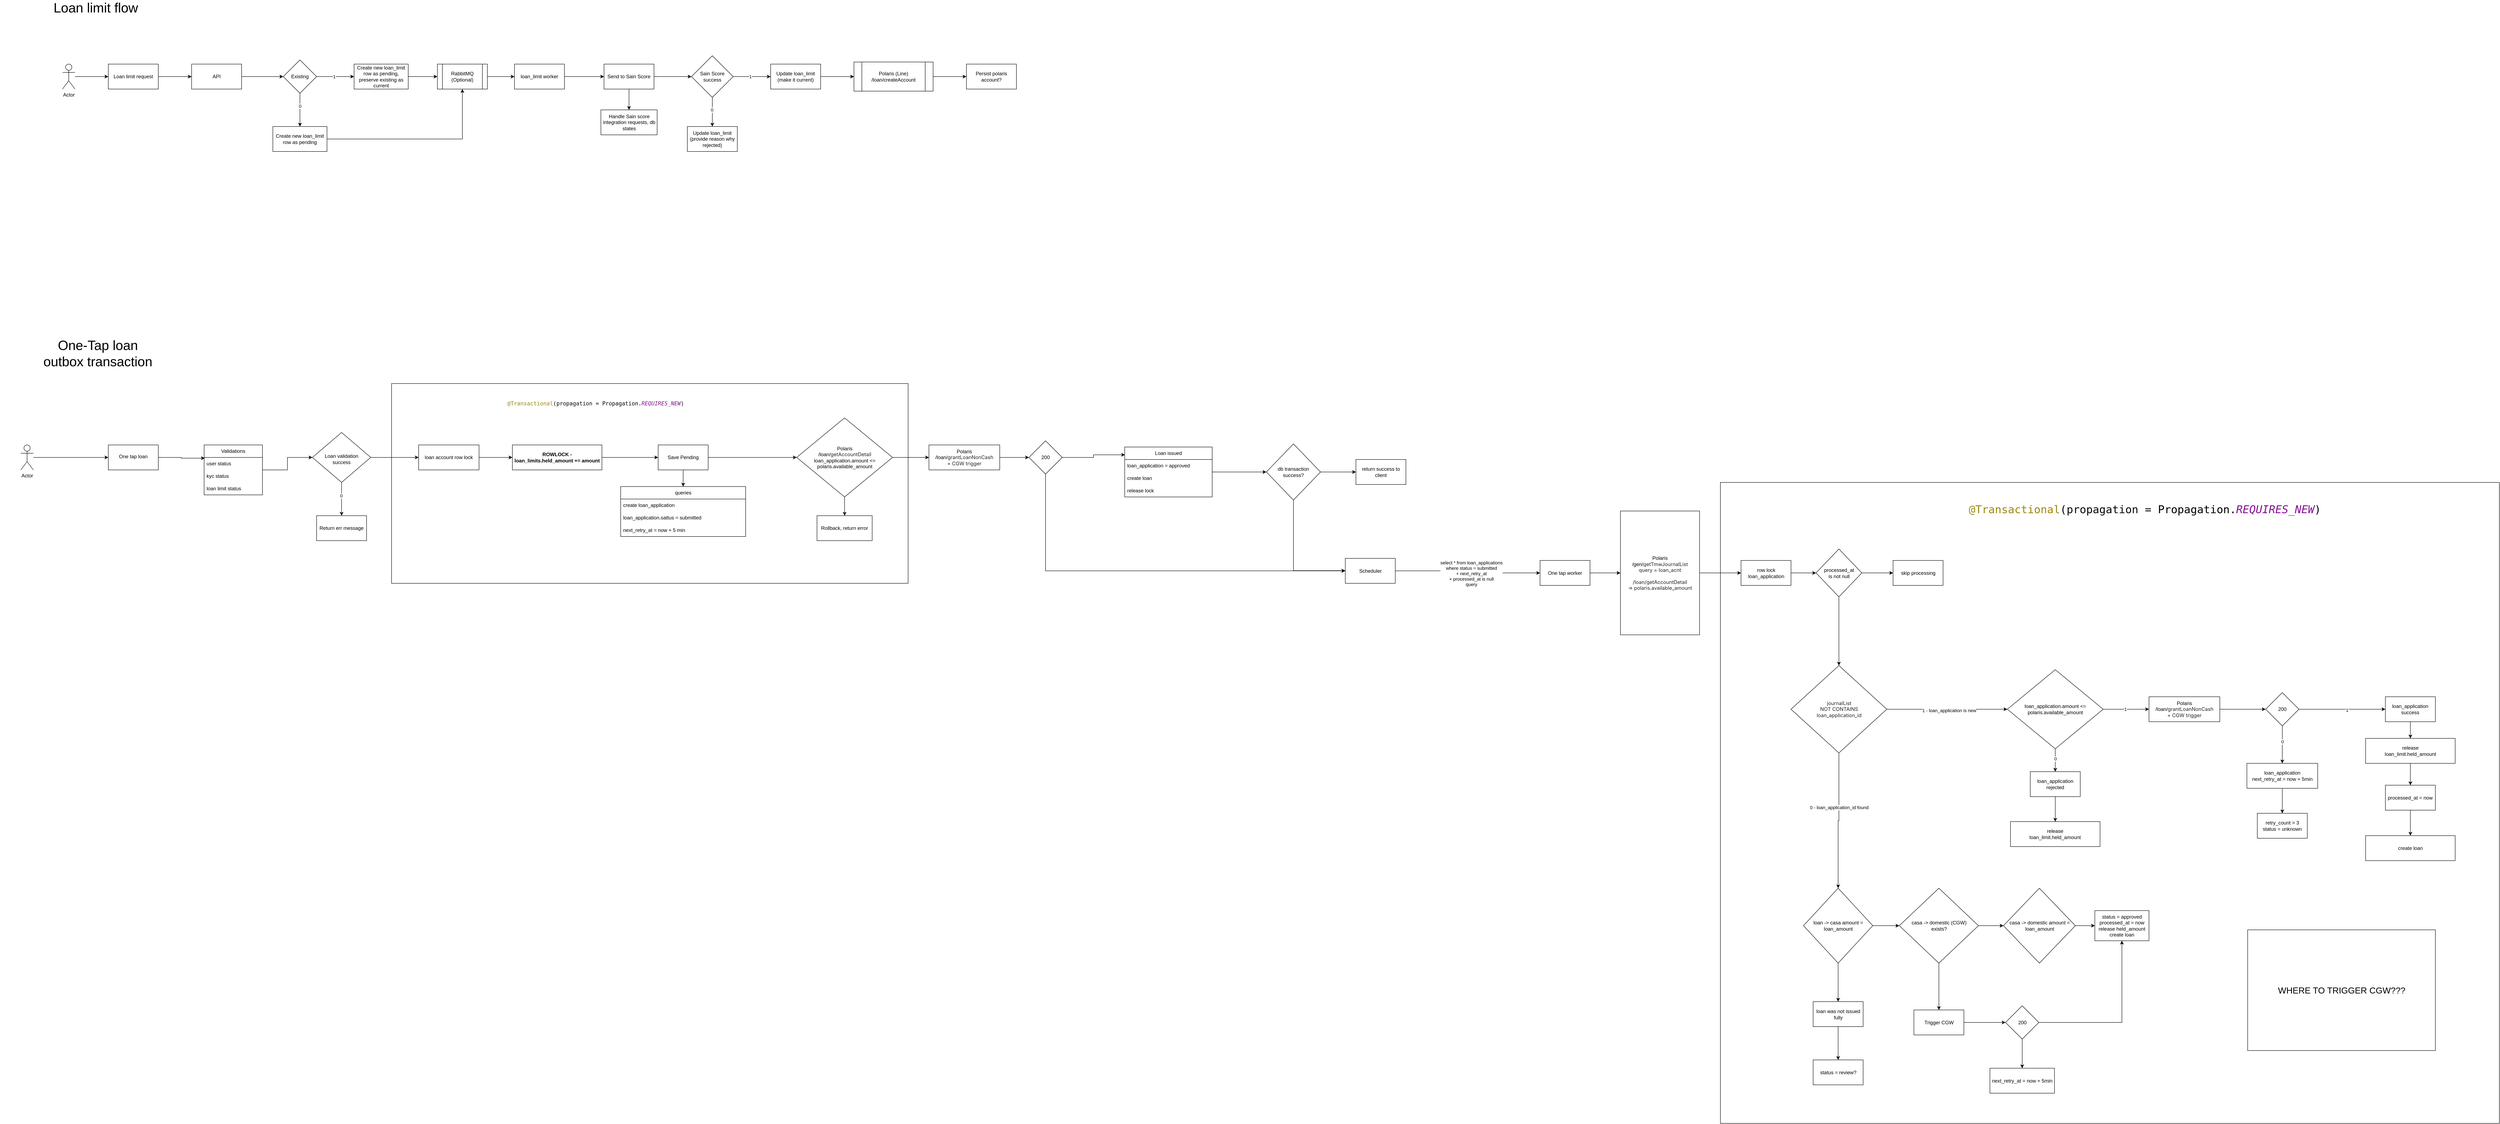
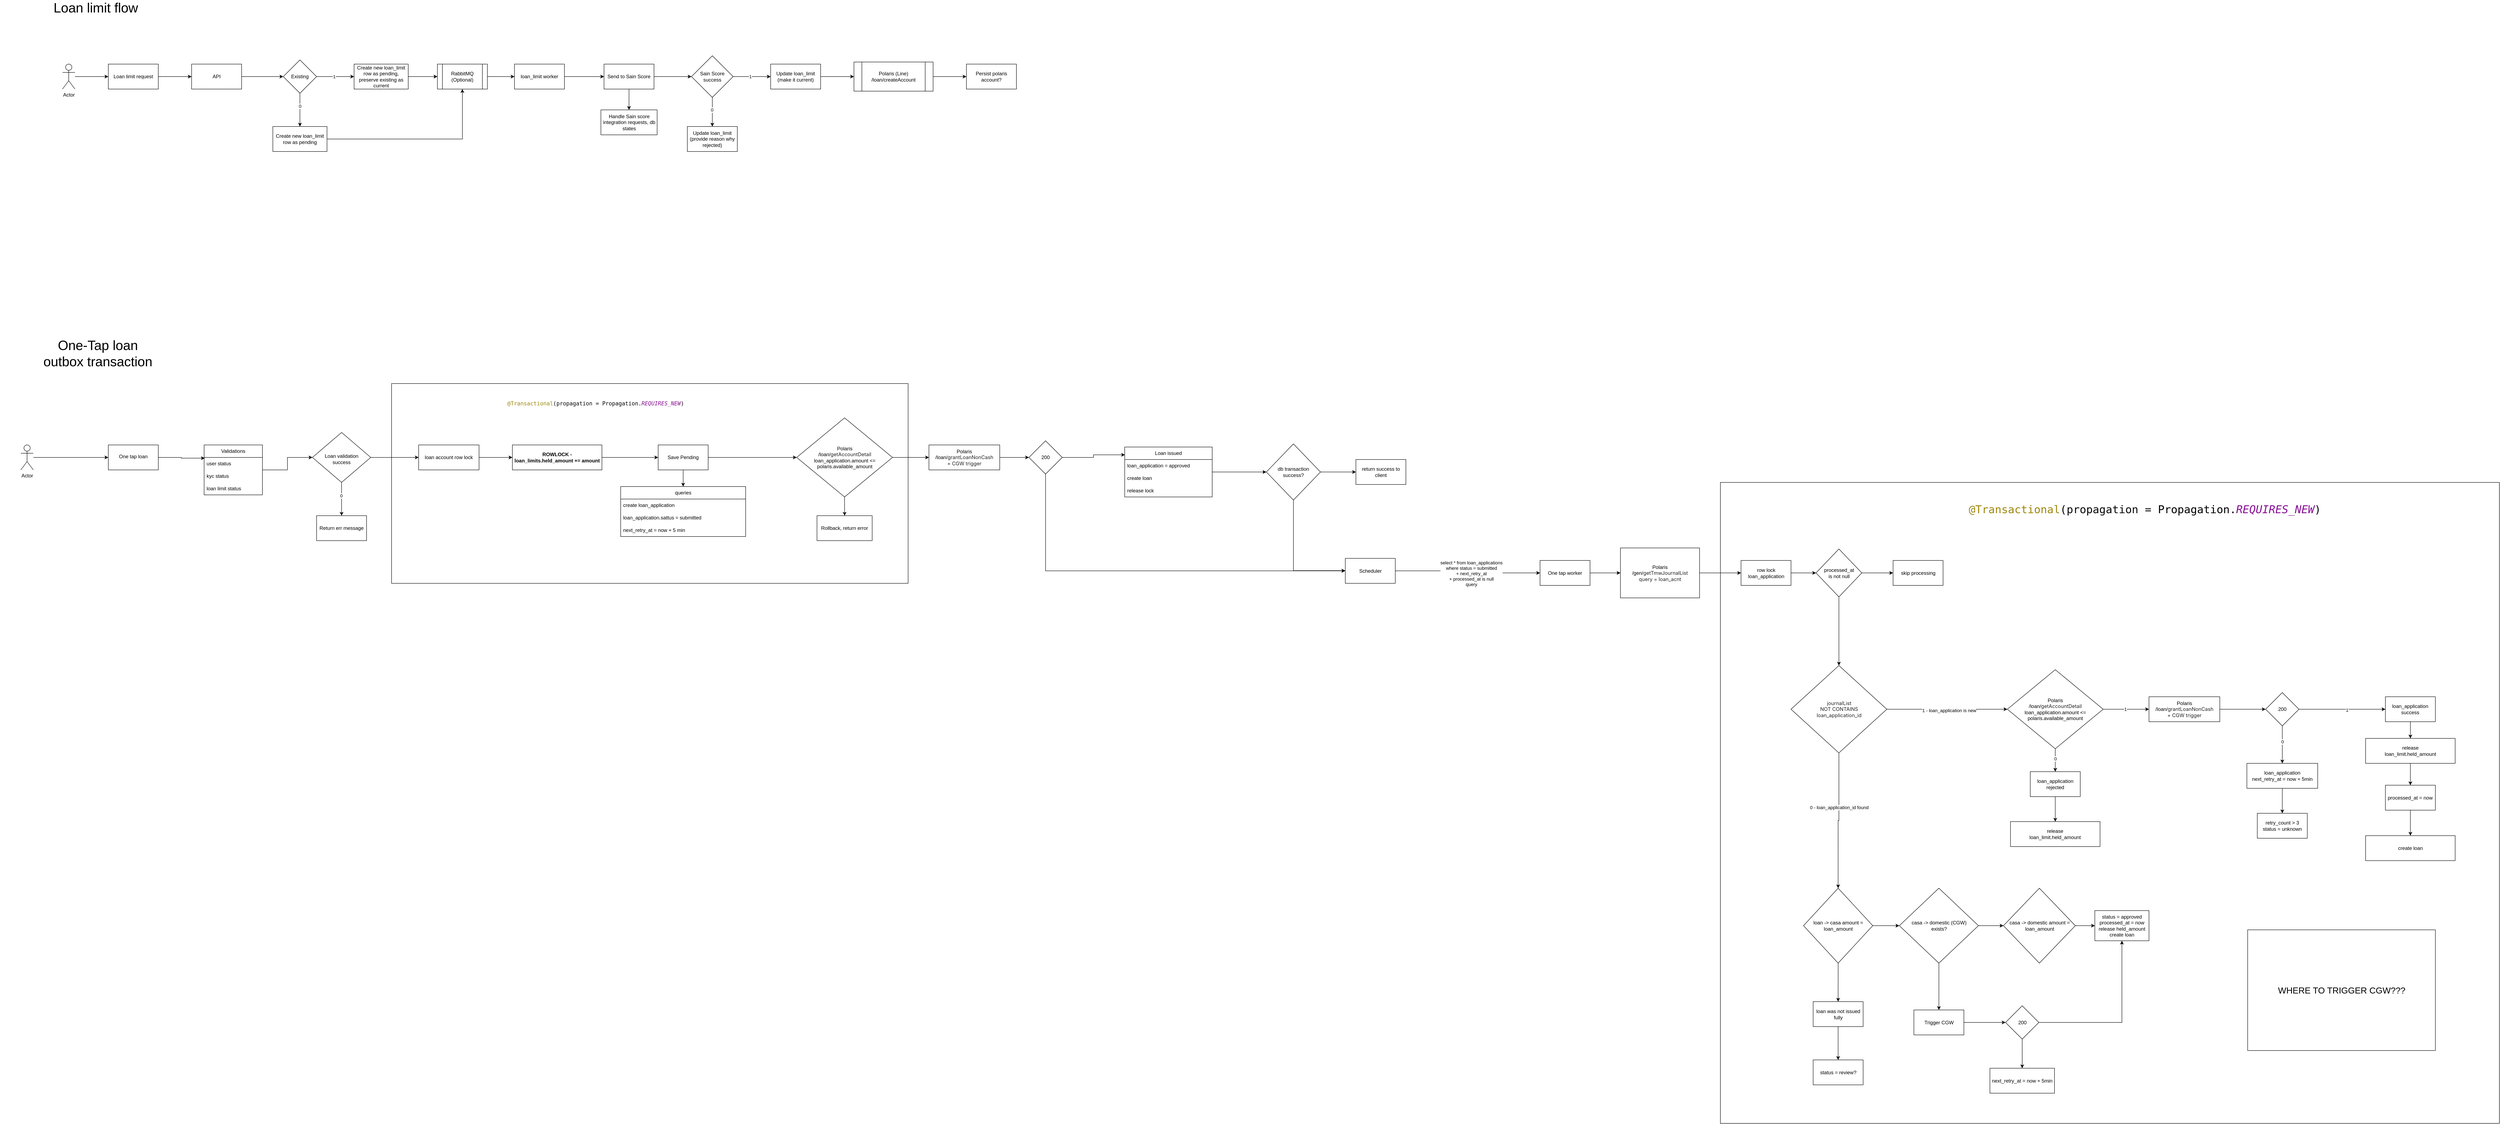
<mxfile host="app.diagrams.net">
  <diagram name="Page-1" id="VCBSuIh8bz7kurrQ0Zaz">
    <mxGraphModel dx="2425" dy="921" grid="1" gridSize="10" guides="1" tooltips="1" connect="1" arrows="1" fold="1" page="1" pageScale="1" pageWidth="850" pageHeight="1100" math="0" shadow="0">
      <root>
        <mxCell id="0" />
        <mxCell id="1" parent="0" />
        <mxCell id="In8fDh9ZLN2M87an2Miy-188" parent="1" style="rounded=0;whiteSpace=wrap;html=1;" value="" vertex="1">
          <mxGeometry height="1540" width="1870" x="4020" y="1215" as="geometry" />
        </mxCell>
        <mxCell id="In8fDh9ZLN2M87an2Miy-172" parent="1" style="rounded=0;whiteSpace=wrap;html=1;" value="" vertex="1">
          <mxGeometry height="480" width="1240" x="830" y="977.5" as="geometry" />
        </mxCell>
        <mxCell id="KqixbsF9o6dLofBvsG9t-5" edge="1" parent="1" source="KqixbsF9o6dLofBvsG9t-1" style="edgeStyle=orthogonalEdgeStyle;rounded=0;orthogonalLoop=1;jettySize=auto;html=1;" target="KqixbsF9o6dLofBvsG9t-4" value="">
          <mxGeometry relative="1" as="geometry" />
        </mxCell>
        <mxCell id="KqixbsF9o6dLofBvsG9t-1" parent="1" style="rounded=0;whiteSpace=wrap;html=1;" value="Loan limit request" vertex="1">
          <mxGeometry height="60" width="120" x="150" y="210" as="geometry" />
        </mxCell>
        <mxCell id="KqixbsF9o6dLofBvsG9t-3" edge="1" parent="1" source="KqixbsF9o6dLofBvsG9t-2" style="edgeStyle=orthogonalEdgeStyle;rounded=0;orthogonalLoop=1;jettySize=auto;html=1;" target="KqixbsF9o6dLofBvsG9t-1" value="">
          <mxGeometry relative="1" as="geometry" />
        </mxCell>
        <mxCell id="KqixbsF9o6dLofBvsG9t-2" parent="1" style="shape=umlActor;verticalLabelPosition=bottom;verticalAlign=top;html=1;outlineConnect=0;" value="Actor" vertex="1">
          <mxGeometry height="60" width="30" x="40" y="210" as="geometry" />
        </mxCell>
        <mxCell id="KqixbsF9o6dLofBvsG9t-9" edge="1" parent="1" source="KqixbsF9o6dLofBvsG9t-4" style="edgeStyle=orthogonalEdgeStyle;rounded=0;orthogonalLoop=1;jettySize=auto;html=1;" target="KqixbsF9o6dLofBvsG9t-8" value="">
          <mxGeometry relative="1" as="geometry" />
        </mxCell>
        <mxCell id="KqixbsF9o6dLofBvsG9t-4" parent="1" style="rounded=0;whiteSpace=wrap;html=1;" value="API" vertex="1">
          <mxGeometry height="60" width="120" x="350" y="210" as="geometry" />
        </mxCell>
        <mxCell id="KqixbsF9o6dLofBvsG9t-11" edge="1" parent="1" source="KqixbsF9o6dLofBvsG9t-8" style="edgeStyle=orthogonalEdgeStyle;rounded=0;orthogonalLoop=1;jettySize=auto;html=1;" target="KqixbsF9o6dLofBvsG9t-10" value="">
          <mxGeometry relative="1" as="geometry" />
        </mxCell>
        <mxCell id="KqixbsF9o6dLofBvsG9t-12" connectable="0" parent="KqixbsF9o6dLofBvsG9t-11" style="edgeLabel;html=1;align=center;verticalAlign=middle;resizable=0;points=[];" value="1" vertex="1">
          <mxGeometry relative="1" x="-0.079" as="geometry">
            <mxPoint as="offset" />
          </mxGeometry>
        </mxCell>
        <mxCell id="KqixbsF9o6dLofBvsG9t-14" edge="1" parent="1" source="KqixbsF9o6dLofBvsG9t-8" style="edgeStyle=orthogonalEdgeStyle;rounded=0;orthogonalLoop=1;jettySize=auto;html=1;" target="KqixbsF9o6dLofBvsG9t-13" value="">
          <mxGeometry relative="1" as="geometry" />
        </mxCell>
        <mxCell id="KqixbsF9o6dLofBvsG9t-15" connectable="0" parent="KqixbsF9o6dLofBvsG9t-14" style="edgeLabel;html=1;align=center;verticalAlign=middle;resizable=0;points=[];" value="0" vertex="1">
          <mxGeometry relative="1" x="-0.2407" as="geometry">
            <mxPoint as="offset" />
          </mxGeometry>
        </mxCell>
        <mxCell id="KqixbsF9o6dLofBvsG9t-8" parent="1" style="rhombus;whiteSpace=wrap;html=1;rounded=0;" value="Existing" vertex="1">
          <mxGeometry height="80" width="80" x="570" y="200" as="geometry" />
        </mxCell>
        <mxCell id="KqixbsF9o6dLofBvsG9t-23" edge="1" parent="1" source="KqixbsF9o6dLofBvsG9t-10" style="edgeStyle=orthogonalEdgeStyle;rounded=0;orthogonalLoop=1;jettySize=auto;html=1;" target="KqixbsF9o6dLofBvsG9t-22" value="">
          <mxGeometry relative="1" as="geometry" />
        </mxCell>
        <mxCell id="KqixbsF9o6dLofBvsG9t-10" parent="1" style="whiteSpace=wrap;html=1;rounded=0;" value="Create new loan_limit row as pending, preserve existing as current" vertex="1">
          <mxGeometry height="60" width="130" x="740" y="210" as="geometry" />
        </mxCell>
        <mxCell id="KqixbsF9o6dLofBvsG9t-26" edge="1" parent="1" source="KqixbsF9o6dLofBvsG9t-13" style="edgeStyle=orthogonalEdgeStyle;rounded=0;orthogonalLoop=1;jettySize=auto;html=1;entryX=0.5;entryY=1;entryDx=0;entryDy=0;" target="KqixbsF9o6dLofBvsG9t-22">
          <mxGeometry relative="1" as="geometry" />
        </mxCell>
        <mxCell id="KqixbsF9o6dLofBvsG9t-13" parent="1" style="whiteSpace=wrap;html=1;rounded=0;" value="Create new loan_limit row as pending" vertex="1">
          <mxGeometry height="60" width="130" x="545" y="360" as="geometry" />
        </mxCell>
        <mxCell id="KqixbsF9o6dLofBvsG9t-25" edge="1" parent="1" source="KqixbsF9o6dLofBvsG9t-22" style="edgeStyle=orthogonalEdgeStyle;rounded=0;orthogonalLoop=1;jettySize=auto;html=1;" target="KqixbsF9o6dLofBvsG9t-24" value="">
          <mxGeometry relative="1" as="geometry" />
        </mxCell>
        <mxCell id="KqixbsF9o6dLofBvsG9t-22" parent="1" style="shape=process;whiteSpace=wrap;html=1;backgroundOutline=1;rounded=0;" value="RabbitMQ (Optional)" vertex="1">
          <mxGeometry height="60" width="120" x="940" y="210" as="geometry" />
        </mxCell>
        <mxCell id="KqixbsF9o6dLofBvsG9t-28" edge="1" parent="1" source="KqixbsF9o6dLofBvsG9t-24" style="edgeStyle=orthogonalEdgeStyle;rounded=0;orthogonalLoop=1;jettySize=auto;html=1;" target="KqixbsF9o6dLofBvsG9t-27" value="">
          <mxGeometry relative="1" as="geometry" />
        </mxCell>
        <mxCell id="KqixbsF9o6dLofBvsG9t-24" parent="1" style="whiteSpace=wrap;html=1;rounded=0;" value="loan_limit worker" vertex="1">
          <mxGeometry height="60" width="120" x="1125" y="210" as="geometry" />
        </mxCell>
        <mxCell id="KqixbsF9o6dLofBvsG9t-30" edge="1" parent="1" source="KqixbsF9o6dLofBvsG9t-27" style="edgeStyle=orthogonalEdgeStyle;rounded=0;orthogonalLoop=1;jettySize=auto;html=1;" target="KqixbsF9o6dLofBvsG9t-29" value="">
          <mxGeometry relative="1" as="geometry" />
        </mxCell>
        <mxCell id="KqixbsF9o6dLofBvsG9t-38" edge="1" parent="1" source="KqixbsF9o6dLofBvsG9t-27" style="edgeStyle=orthogonalEdgeStyle;rounded=0;orthogonalLoop=1;jettySize=auto;html=1;" target="KqixbsF9o6dLofBvsG9t-37" value="">
          <mxGeometry relative="1" as="geometry" />
        </mxCell>
        <mxCell id="KqixbsF9o6dLofBvsG9t-27" parent="1" style="whiteSpace=wrap;html=1;rounded=0;" value="Send to Sain Score" vertex="1">
          <mxGeometry height="60" width="120" x="1340" y="210" as="geometry" />
        </mxCell>
        <mxCell id="KqixbsF9o6dLofBvsG9t-32" edge="1" parent="1" source="KqixbsF9o6dLofBvsG9t-29" style="edgeStyle=orthogonalEdgeStyle;rounded=0;orthogonalLoop=1;jettySize=auto;html=1;" target="KqixbsF9o6dLofBvsG9t-31" value="">
          <mxGeometry relative="1" as="geometry" />
        </mxCell>
        <mxCell id="KqixbsF9o6dLofBvsG9t-33" connectable="0" parent="KqixbsF9o6dLofBvsG9t-32" style="edgeLabel;html=1;align=center;verticalAlign=middle;resizable=0;points=[];" value="1" vertex="1">
          <mxGeometry relative="1" x="-0.1048" as="geometry">
            <mxPoint as="offset" />
          </mxGeometry>
        </mxCell>
        <mxCell id="KqixbsF9o6dLofBvsG9t-35" edge="1" parent="1" source="KqixbsF9o6dLofBvsG9t-29" style="edgeStyle=orthogonalEdgeStyle;rounded=0;orthogonalLoop=1;jettySize=auto;html=1;" target="KqixbsF9o6dLofBvsG9t-34" value="">
          <mxGeometry relative="1" as="geometry" />
        </mxCell>
        <mxCell id="KqixbsF9o6dLofBvsG9t-36" connectable="0" parent="KqixbsF9o6dLofBvsG9t-35" style="edgeLabel;html=1;align=center;verticalAlign=middle;resizable=0;points=[];" value="0" vertex="1">
          <mxGeometry relative="1" x="-0.1429" y="-1" as="geometry">
            <mxPoint as="offset" />
          </mxGeometry>
        </mxCell>
        <mxCell id="KqixbsF9o6dLofBvsG9t-29" parent="1" style="rhombus;whiteSpace=wrap;html=1;rounded=0;" value="Sain Score success" vertex="1">
          <mxGeometry height="100" width="100" x="1550" y="190" as="geometry" />
        </mxCell>
        <mxCell id="KqixbsF9o6dLofBvsG9t-66" edge="1" parent="1" source="KqixbsF9o6dLofBvsG9t-31" style="edgeStyle=orthogonalEdgeStyle;rounded=0;orthogonalLoop=1;jettySize=auto;html=1;" target="KqixbsF9o6dLofBvsG9t-65" value="">
          <mxGeometry relative="1" as="geometry" />
        </mxCell>
        <mxCell id="KqixbsF9o6dLofBvsG9t-31" parent="1" style="whiteSpace=wrap;html=1;rounded=0;" value="Update loan_limit (make it current)" vertex="1">
          <mxGeometry height="60" width="120" x="1740" y="210" as="geometry" />
        </mxCell>
        <mxCell id="KqixbsF9o6dLofBvsG9t-34" parent="1" style="whiteSpace=wrap;html=1;rounded=0;" value="Update loan_limit&lt;br&gt;(provide reason why rejected)" vertex="1">
          <mxGeometry height="60" width="120" x="1540" y="360" as="geometry" />
        </mxCell>
        <mxCell id="KqixbsF9o6dLofBvsG9t-37" parent="1" style="whiteSpace=wrap;html=1;rounded=0;" value="Handle Sain score integration requests, db states" vertex="1">
          <mxGeometry height="60" width="135" x="1332.5" y="320" as="geometry" />
        </mxCell>
        <mxCell id="KqixbsF9o6dLofBvsG9t-40" parent="1" style="text;html=1;whiteSpace=wrap;strokeColor=none;fillColor=none;align=center;verticalAlign=middle;rounded=0;fontSize=32;" value="Loan limit flow" vertex="1">
          <mxGeometry height="30" width="260" x="-10" y="60" as="geometry" />
        </mxCell>
        <mxCell id="KqixbsF9o6dLofBvsG9t-74" edge="1" parent="1" source="KqixbsF9o6dLofBvsG9t-65" style="edgeStyle=orthogonalEdgeStyle;rounded=0;orthogonalLoop=1;jettySize=auto;html=1;" target="KqixbsF9o6dLofBvsG9t-73" value="">
          <mxGeometry relative="1" as="geometry" />
        </mxCell>
        <mxCell id="KqixbsF9o6dLofBvsG9t-65" parent="1" style="shape=process;whiteSpace=wrap;html=1;backgroundOutline=1;rounded=0;" value="Polaris (Line)&lt;br&gt;/loan/createAccount" vertex="1">
          <mxGeometry height="70" width="190" x="1940" y="205" as="geometry" />
        </mxCell>
        <mxCell id="KqixbsF9o6dLofBvsG9t-73" parent="1" style="whiteSpace=wrap;html=1;rounded=0;" value="Persist polaris account?" vertex="1">
          <mxGeometry height="60" width="120" x="2210" y="210" as="geometry" />
        </mxCell>
        <mxCell id="U8Ajh8Gpa-m2DNKNFQys-1" parent="1" style="text;html=1;whiteSpace=wrap;strokeColor=none;fillColor=none;align=center;verticalAlign=middle;rounded=0;fontSize=32;" value="One-Tap loan&lt;br&gt;outbox transaction" vertex="1">
          <mxGeometry height="30" width="470" x="-110" y="890" as="geometry" />
        </mxCell>
        <mxCell id="In8fDh9ZLN2M87an2Miy-1" edge="1" parent="1" source="In8fDh9ZLN2M87an2Miy-2" style="edgeStyle=orthogonalEdgeStyle;rounded=0;orthogonalLoop=1;jettySize=auto;html=1;" target="In8fDh9ZLN2M87an2Miy-4" value="">
          <mxGeometry relative="1" as="geometry" />
        </mxCell>
        <mxCell id="In8fDh9ZLN2M87an2Miy-2" parent="1" style="shape=umlActor;verticalLabelPosition=bottom;verticalAlign=top;html=1;outlineConnect=0;" value="Actor" vertex="1">
          <mxGeometry height="60" width="30" x="-60" y="1125" as="geometry" />
        </mxCell>
        <mxCell id="In8fDh9ZLN2M87an2Miy-3" edge="1" parent="1" source="In8fDh9ZLN2M87an2Miy-4" style="edgeStyle=orthogonalEdgeStyle;rounded=0;orthogonalLoop=1;jettySize=auto;html=1;entryX=0.011;entryY=0.06;entryDx=0;entryDy=0;entryPerimeter=0;" target="In8fDh9ZLN2M87an2Miy-28" value="">
          <mxGeometry relative="1" as="geometry">
            <mxPoint x="360" y="1155" as="targetPoint" />
          </mxGeometry>
        </mxCell>
        <mxCell id="In8fDh9ZLN2M87an2Miy-4" parent="1" style="whiteSpace=wrap;html=1;verticalAlign=top;" value="&lt;div&gt;&lt;br&gt;&lt;/div&gt;&lt;div&gt;One tap loan&lt;/div&gt;" vertex="1">
          <mxGeometry height="60" width="120" x="150" y="1125" as="geometry" />
        </mxCell>
        <mxCell id="In8fDh9ZLN2M87an2Miy-7" edge="1" parent="1" source="In8fDh9ZLN2M87an2Miy-9" style="edgeStyle=orthogonalEdgeStyle;rounded=0;orthogonalLoop=1;jettySize=auto;html=1;" target="In8fDh9ZLN2M87an2Miy-13" value="">
          <mxGeometry relative="1" as="geometry" />
        </mxCell>
        <mxCell id="In8fDh9ZLN2M87an2Miy-8" connectable="0" parent="In8fDh9ZLN2M87an2Miy-7" style="edgeLabel;html=1;align=center;verticalAlign=middle;resizable=0;points=[];" value="0" vertex="1">
          <mxGeometry relative="1" x="-0.2091" y="-1" as="geometry">
            <mxPoint as="offset" />
          </mxGeometry>
        </mxCell>
        <mxCell id="In8fDh9ZLN2M87an2Miy-163" edge="1" parent="1" source="In8fDh9ZLN2M87an2Miy-9" style="edgeStyle=orthogonalEdgeStyle;rounded=0;orthogonalLoop=1;jettySize=auto;html=1;entryX=0;entryY=0.5;entryDx=0;entryDy=0;" target="In8fDh9ZLN2M87an2Miy-161">
          <mxGeometry relative="1" as="geometry" />
        </mxCell>
        <mxCell id="In8fDh9ZLN2M87an2Miy-9" parent="1" style="rhombus;whiteSpace=wrap;html=1;verticalAlign=top;" value="&lt;br&gt;&lt;br&gt;&lt;div&gt;&lt;br&gt;&lt;/div&gt;&lt;div&gt;Loan validation&lt;br&gt;success&lt;/div&gt;" vertex="1">
          <mxGeometry height="120" width="140" x="640" y="1095" as="geometry" />
        </mxCell>
        <mxCell id="In8fDh9ZLN2M87an2Miy-10" edge="1" parent="1" source="In8fDh9ZLN2M87an2Miy-12" style="edgeStyle=orthogonalEdgeStyle;rounded=0;orthogonalLoop=1;jettySize=auto;html=1;entryX=0.5;entryY=0;entryDx=0;entryDy=0;" target="In8fDh9ZLN2M87an2Miy-14">
          <mxGeometry relative="1" as="geometry" />
        </mxCell>
        <mxCell id="In8fDh9ZLN2M87an2Miy-54" edge="1" parent="1" source="In8fDh9ZLN2M87an2Miy-105" style="edgeStyle=orthogonalEdgeStyle;rounded=0;orthogonalLoop=1;jettySize=auto;html=1;exitX=1;exitY=0.5;exitDx=0;exitDy=0;" target="In8fDh9ZLN2M87an2Miy-53" value="">
          <mxGeometry relative="1" as="geometry">
            <mxPoint x="3329.5" y="1432.5" as="sourcePoint" />
          </mxGeometry>
        </mxCell>
        <mxCell id="In8fDh9ZLN2M87an2Miy-55" connectable="0" parent="In8fDh9ZLN2M87an2Miy-54" style="edgeLabel;html=1;align=center;verticalAlign=middle;resizable=0;points=[];" value="select * from loan_applications&lt;br&gt;where status = submitted&lt;br&gt;+ next_retry_at&lt;br&gt;+ processed_at is null&lt;br&gt;query" vertex="1">
          <mxGeometry relative="1" x="0.0637" y="-1" as="geometry">
            <mxPoint as="offset" />
          </mxGeometry>
        </mxCell>
        <mxCell id="In8fDh9ZLN2M87an2Miy-173" edge="1" parent="1" source="In8fDh9ZLN2M87an2Miy-12" style="edgeStyle=orthogonalEdgeStyle;rounded=0;orthogonalLoop=1;jettySize=auto;html=1;entryX=0;entryY=0.5;entryDx=0;entryDy=0;" target="In8fDh9ZLN2M87an2Miy-152">
          <mxGeometry relative="1" as="geometry" />
        </mxCell>
        <mxCell id="In8fDh9ZLN2M87an2Miy-12" parent="1" style="whiteSpace=wrap;html=1;verticalAlign=middle;" value="Save Pending" vertex="1">
          <mxGeometry height="60" width="120" x="1470" y="1125" as="geometry" />
        </mxCell>
        <mxCell id="In8fDh9ZLN2M87an2Miy-13" parent="1" style="whiteSpace=wrap;html=1;verticalAlign=middle;" value="Return err message" vertex="1">
          <mxGeometry height="60" width="120" x="650" y="1295" as="geometry" />
        </mxCell>
        <mxCell id="In8fDh9ZLN2M87an2Miy-14" parent="1" style="swimlane;fontStyle=0;childLayout=stackLayout;horizontal=1;startSize=30;horizontalStack=0;resizeParent=1;resizeParentMax=0;resizeLast=0;collapsible=1;marginBottom=0;whiteSpace=wrap;html=1;" value="queries" vertex="1">
          <mxGeometry height="120" width="300" x="1380" y="1225" as="geometry" />
        </mxCell>
        <mxCell id="In8fDh9ZLN2M87an2Miy-15" parent="In8fDh9ZLN2M87an2Miy-14" style="text;strokeColor=none;fillColor=none;align=left;verticalAlign=middle;spacingLeft=4;spacingRight=4;overflow=hidden;points=[[0,0.5],[1,0.5]];portConstraint=eastwest;rotatable=0;whiteSpace=wrap;html=1;" value="create loan_application" vertex="1">
          <mxGeometry height="30" width="300" y="30" as="geometry" />
        </mxCell>
        <mxCell id="In8fDh9ZLN2M87an2Miy-104" parent="In8fDh9ZLN2M87an2Miy-14" style="text;strokeColor=none;fillColor=none;align=left;verticalAlign=middle;spacingLeft=4;spacingRight=4;overflow=hidden;points=[[0,0.5],[1,0.5]];portConstraint=eastwest;rotatable=0;whiteSpace=wrap;html=1;" value="loan_application.sattus = submitted" vertex="1">
          <mxGeometry height="30" width="300" y="60" as="geometry" />
        </mxCell>
        <mxCell id="In8fDh9ZLN2M87an2Miy-17" parent="In8fDh9ZLN2M87an2Miy-14" style="text;strokeColor=none;fillColor=none;align=left;verticalAlign=middle;spacingLeft=4;spacingRight=4;overflow=hidden;points=[[0,0.5],[1,0.5]];portConstraint=eastwest;rotatable=0;whiteSpace=wrap;html=1;" value="next_retry_at = now + 5 min" vertex="1">
          <mxGeometry height="30" width="300" y="90" as="geometry" />
        </mxCell>
        <mxCell id="In8fDh9ZLN2M87an2Miy-32" edge="1" parent="1" source="In8fDh9ZLN2M87an2Miy-27" style="edgeStyle=orthogonalEdgeStyle;rounded=0;orthogonalLoop=1;jettySize=auto;html=1;entryX=0;entryY=0.5;entryDx=0;entryDy=0;" target="In8fDh9ZLN2M87an2Miy-9">
          <mxGeometry relative="1" as="geometry" />
        </mxCell>
        <mxCell id="In8fDh9ZLN2M87an2Miy-27" parent="1" style="swimlane;fontStyle=0;childLayout=stackLayout;horizontal=1;startSize=30;horizontalStack=0;resizeParent=1;resizeParentMax=0;resizeLast=0;collapsible=1;marginBottom=0;whiteSpace=wrap;html=1;" value="Validations" vertex="1">
          <mxGeometry height="120" width="140" x="380" y="1125" as="geometry" />
        </mxCell>
        <mxCell id="In8fDh9ZLN2M87an2Miy-28" parent="In8fDh9ZLN2M87an2Miy-27" style="text;strokeColor=none;fillColor=none;align=left;verticalAlign=middle;spacingLeft=4;spacingRight=4;overflow=hidden;points=[[0,0.5],[1,0.5]];portConstraint=eastwest;rotatable=0;whiteSpace=wrap;html=1;" value="user status" vertex="1">
          <mxGeometry height="30" width="140" y="30" as="geometry" />
        </mxCell>
        <mxCell id="In8fDh9ZLN2M87an2Miy-29" parent="In8fDh9ZLN2M87an2Miy-27" style="text;strokeColor=none;fillColor=none;align=left;verticalAlign=middle;spacingLeft=4;spacingRight=4;overflow=hidden;points=[[0,0.5],[1,0.5]];portConstraint=eastwest;rotatable=0;whiteSpace=wrap;html=1;" value="kyc status" vertex="1">
          <mxGeometry height="30" width="140" y="60" as="geometry" />
        </mxCell>
        <mxCell id="In8fDh9ZLN2M87an2Miy-33" parent="In8fDh9ZLN2M87an2Miy-27" style="text;strokeColor=none;fillColor=none;align=left;verticalAlign=middle;spacingLeft=4;spacingRight=4;overflow=hidden;points=[[0,0.5],[1,0.5]];portConstraint=eastwest;rotatable=0;whiteSpace=wrap;html=1;" value="loan limit status" vertex="1">
          <mxGeometry height="30" width="140" y="90" as="geometry" />
        </mxCell>
        <mxCell id="In8fDh9ZLN2M87an2Miy-116" edge="1" parent="1" source="In8fDh9ZLN2M87an2Miy-53" style="edgeStyle=orthogonalEdgeStyle;rounded=0;orthogonalLoop=1;jettySize=auto;html=1;entryX=0;entryY=0.5;entryDx=0;entryDy=0;" target="In8fDh9ZLN2M87an2Miy-68">
          <mxGeometry relative="1" as="geometry" />
        </mxCell>
        <mxCell id="In8fDh9ZLN2M87an2Miy-53" parent="1" style="whiteSpace=wrap;html=1;" value="One tap worker" vertex="1">
          <mxGeometry height="60" width="120" x="3587" y="1402.5" as="geometry" />
        </mxCell>
        <mxCell id="In8fDh9ZLN2M87an2Miy-67" edge="1" parent="1" source="In8fDh9ZLN2M87an2Miy-58" style="edgeStyle=orthogonalEdgeStyle;rounded=0;orthogonalLoop=1;jettySize=auto;html=1;entryX=0;entryY=0.5;entryDx=0;entryDy=0;" target="In8fDh9ZLN2M87an2Miy-66" value="">
          <mxGeometry relative="1" as="geometry">
            <mxPoint x="5343.87" y="1760" as="targetPoint" />
          </mxGeometry>
        </mxCell>
        <mxCell id="In8fDh9ZLN2M87an2Miy-58" parent="1" style="whiteSpace=wrap;html=1;" value="Polaris /loan/&lt;span style=&quot;color: rgb(33, 33, 33); font-family: Inter, system-ui, -apple-system, &amp;quot;system-ui&amp;quot;, &amp;quot;Segoe UI&amp;quot;, Roboto, Oxygen, Ubuntu, Cantarell, &amp;quot;Fira Sans&amp;quot;, &amp;quot;Droid Sans&amp;quot;, Helvetica, Arial, sans-serif; text-align: left; white-space: pre-wrap; background-color: rgb(255, 255, 255);&quot;&gt;grantLoanNonCash&lt;br/&gt;+ CGW trigger&lt;/span&gt;" vertex="1">
          <mxGeometry height="60" width="170" x="5048.87" y="1730" as="geometry" />
        </mxCell>
        <mxCell id="In8fDh9ZLN2M87an2Miy-62" edge="1" parent="1" source="In8fDh9ZLN2M87an2Miy-59" style="edgeStyle=orthogonalEdgeStyle;rounded=0;orthogonalLoop=1;jettySize=auto;html=1;" target="In8fDh9ZLN2M87an2Miy-61" value="">
          <mxGeometry relative="1" as="geometry" />
        </mxCell>
        <mxCell id="In8fDh9ZLN2M87an2Miy-91" connectable="0" parent="In8fDh9ZLN2M87an2Miy-62" style="edgeLabel;html=1;align=center;verticalAlign=middle;resizable=0;points=[];" value="0" vertex="1">
          <mxGeometry relative="1" x="-0.1431" as="geometry">
            <mxPoint as="offset" />
          </mxGeometry>
        </mxCell>
        <mxCell id="In8fDh9ZLN2M87an2Miy-65" edge="1" parent="1" source="In8fDh9ZLN2M87an2Miy-59" style="edgeStyle=orthogonalEdgeStyle;rounded=0;orthogonalLoop=1;jettySize=auto;html=1;" target="In8fDh9ZLN2M87an2Miy-58">
          <mxGeometry relative="1" as="geometry" />
        </mxCell>
        <mxCell id="In8fDh9ZLN2M87an2Miy-90" connectable="0" parent="In8fDh9ZLN2M87an2Miy-65" style="edgeLabel;html=1;align=center;verticalAlign=middle;resizable=0;points=[];" value="1" vertex="1">
          <mxGeometry relative="1" x="-0.0451" as="geometry">
            <mxPoint as="offset" />
          </mxGeometry>
        </mxCell>
-         <mxCell id="In8fDh9ZLN2M87an2Miy-59" parent="1" style="rhombus;whiteSpace=wrap;html=1;" value="loan_application.amount &amp;lt;= polaris.available_amount" vertex="1">
+         <mxCell id="In8fDh9ZLN2M87an2Miy-59" parent="1" style="rhombus;whiteSpace=wrap;html=1;" value="Polaris&lt;br&gt;/loan/&lt;span style=&quot;color: rgb(33, 33, 33); font-family: Inter, system-ui, -apple-system, &amp;quot;system-ui&amp;quot;, &amp;quot;Segoe UI&amp;quot;, Roboto, Oxygen, Ubuntu, Cantarell, &amp;quot;Fira Sans&amp;quot;, &amp;quot;Droid Sans&amp;quot;, Helvetica, Arial, sans-serif; text-align: left; white-space: pre-wrap; background-color: rgb(255, 255, 255);&quot;&gt;getAccountDetail&lt;/span&gt;&lt;br&gt;loan_application.amount &amp;lt;= polaris.available_amount" vertex="1">
          <mxGeometry height="190" width="230" x="4708.87" y="1665" as="geometry" />
        </mxCell>
        <mxCell id="In8fDh9ZLN2M87an2Miy-64" edge="1" parent="1" source="In8fDh9ZLN2M87an2Miy-61" style="edgeStyle=orthogonalEdgeStyle;rounded=0;orthogonalLoop=1;jettySize=auto;html=1;" target="In8fDh9ZLN2M87an2Miy-63" value="">
          <mxGeometry relative="1" as="geometry" />
        </mxCell>
        <mxCell id="In8fDh9ZLN2M87an2Miy-61" parent="1" style="whiteSpace=wrap;html=1;" value="loan_application&lt;br&gt;rejected" vertex="1">
          <mxGeometry height="60" width="120" x="4763.87" y="1910" as="geometry" />
        </mxCell>
        <mxCell id="In8fDh9ZLN2M87an2Miy-63" parent="1" style="whiteSpace=wrap;html=1;" value="release &lt;br&gt;loan_limit.held_amount" vertex="1">
          <mxGeometry height="60" width="215" x="4716.37" y="2030" as="geometry" />
        </mxCell>
        <mxCell id="In8fDh9ZLN2M87an2Miy-81" edge="1" parent="1" source="In8fDh9ZLN2M87an2Miy-66" style="edgeStyle=orthogonalEdgeStyle;rounded=0;orthogonalLoop=1;jettySize=auto;html=1;entryX=0;entryY=0.5;entryDx=0;entryDy=0;" target="In8fDh9ZLN2M87an2Miy-79">
          <mxGeometry relative="1" as="geometry" />
        </mxCell>
        <mxCell id="In8fDh9ZLN2M87an2Miy-92" connectable="0" parent="In8fDh9ZLN2M87an2Miy-81" style="edgeLabel;html=1;align=center;verticalAlign=middle;resizable=0;points=[];" value="1" vertex="1">
          <mxGeometry relative="1" x="0.1055" y="-2" as="geometry">
            <mxPoint as="offset" />
          </mxGeometry>
        </mxCell>
        <mxCell id="In8fDh9ZLN2M87an2Miy-83" edge="1" parent="1" source="In8fDh9ZLN2M87an2Miy-66" style="edgeStyle=orthogonalEdgeStyle;rounded=0;orthogonalLoop=1;jettySize=auto;html=1;" target="In8fDh9ZLN2M87an2Miy-82" value="">
          <mxGeometry relative="1" as="geometry" />
        </mxCell>
        <mxCell id="In8fDh9ZLN2M87an2Miy-93" connectable="0" parent="In8fDh9ZLN2M87an2Miy-83" style="edgeLabel;html=1;align=center;verticalAlign=middle;resizable=0;points=[];" value="0" vertex="1">
          <mxGeometry relative="1" x="-0.1623" as="geometry">
            <mxPoint as="offset" />
          </mxGeometry>
        </mxCell>
        <mxCell id="In8fDh9ZLN2M87an2Miy-66" parent="1" style="rhombus;whiteSpace=wrap;html=1;" value="200" vertex="1">
          <mxGeometry height="80" width="80" x="5328.87" y="1720" as="geometry" />
        </mxCell>
        <mxCell id="In8fDh9ZLN2M87an2Miy-119" edge="1" parent="1" source="In8fDh9ZLN2M87an2Miy-68" style="edgeStyle=orthogonalEdgeStyle;rounded=0;orthogonalLoop=1;jettySize=auto;html=1;" target="In8fDh9ZLN2M87an2Miy-118" value="">
          <mxGeometry relative="1" as="geometry" />
        </mxCell>
-         <mxCell id="In8fDh9ZLN2M87an2Miy-68" parent="1" style="whiteSpace=wrap;html=1;" value="Polaris&lt;br&gt;/gen/&lt;span style=&quot;white-space: pre-wrap; color: rgb(33, 33, 33); font-family: Inter, system-ui, -apple-system, &amp;quot;system-ui&amp;quot;, &amp;quot;Segoe UI&amp;quot;, Roboto, Oxygen, Ubuntu, Cantarell, &amp;quot;Fira Sans&amp;quot;, &amp;quot;Droid Sans&amp;quot;, Helvetica, Arial, sans-serif; text-align: left; background-color: rgb(255, 255, 255);&quot;&gt;getTmwJournalList&lt;br&gt;query = loan_acnt&lt;br&gt;&lt;span style=&quot;color: rgb(33, 33, 33); background-color: rgb(255, 255, 255);&quot;&gt;&lt;br/&gt;/loan/getAccountDetail&lt;br&gt;-&amp;gt; polaris.available_amount&lt;/span&gt;&lt;/span&gt;" vertex="1">
-           <mxGeometry height="297.5" width="190" x="3780" y="1283.75" as="geometry" />
+         <mxCell id="In8fDh9ZLN2M87an2Miy-68" parent="1" style="whiteSpace=wrap;html=1;" value="Polaris&lt;br&gt;/gen/&lt;span style=&quot;white-space: pre-wrap; color: rgb(33, 33, 33); font-family: Inter, system-ui, -apple-system, &amp;quot;system-ui&amp;quot;, &amp;quot;Segoe UI&amp;quot;, Roboto, Oxygen, Ubuntu, Cantarell, &amp;quot;Fira Sans&amp;quot;, &amp;quot;Droid Sans&amp;quot;, Helvetica, Arial, sans-serif; text-align: left; background-color: rgb(255, 255, 255);&quot;&gt;getTmwJournalList&lt;br&gt;query = loan_acnt&lt;/span&gt;" vertex="1">
+           <mxGeometry height="120" width="190" x="3780" y="1372.5" as="geometry" />
        </mxCell>
        <mxCell id="In8fDh9ZLN2M87an2Miy-71" edge="1" parent="1" source="In8fDh9ZLN2M87an2Miy-69" style="edgeStyle=orthogonalEdgeStyle;rounded=0;orthogonalLoop=1;jettySize=auto;html=1;entryX=0;entryY=0.5;entryDx=0;entryDy=0;" target="In8fDh9ZLN2M87an2Miy-59">
          <mxGeometry relative="1" as="geometry" />
        </mxCell>
        <mxCell id="In8fDh9ZLN2M87an2Miy-77" connectable="0" parent="In8fDh9ZLN2M87an2Miy-71" style="edgeLabel;html=1;align=center;verticalAlign=middle;resizable=0;points=[];" value="1 - loan_application is new" vertex="1">
          <mxGeometry relative="1" x="0.0312" y="-3" as="geometry">
            <mxPoint as="offset" />
          </mxGeometry>
        </mxCell>
        <mxCell id="In8fDh9ZLN2M87an2Miy-73" edge="1" parent="1" source="In8fDh9ZLN2M87an2Miy-69" style="edgeStyle=orthogonalEdgeStyle;rounded=0;orthogonalLoop=1;jettySize=auto;html=1;entryX=0.5;entryY=0;entryDx=0;entryDy=0;" target="In8fDh9ZLN2M87an2Miy-111" value="">
          <mxGeometry relative="1" as="geometry">
            <mxPoint x="4303.87" y="1960" as="targetPoint" />
          </mxGeometry>
        </mxCell>
        <mxCell id="In8fDh9ZLN2M87an2Miy-74" connectable="0" parent="In8fDh9ZLN2M87an2Miy-73" style="edgeLabel;html=1;align=center;verticalAlign=middle;resizable=0;points=[];" value="0 - loan_application_id found" vertex="1">
          <mxGeometry relative="1" x="-0.1975" as="geometry">
            <mxPoint as="offset" />
          </mxGeometry>
        </mxCell>
        <mxCell id="In8fDh9ZLN2M87an2Miy-69" parent="1" style="rhombus;whiteSpace=wrap;html=1;verticalAlign=middle;" value="&lt;div style=&quot;text-align: center;&quot;&gt;&lt;span style=&quot;background-color: light-dark(rgb(255, 255, 255), rgb(18, 18, 18)); color: light-dark(rgb(33, 33, 33), rgb(209, 209, 209)); font-family: Inter, system-ui, -apple-system, &amp;quot;system-ui&amp;quot;, &amp;quot;Segoe UI&amp;quot;, Roboto, Oxygen, Ubuntu, Cantarell, &amp;quot;Fira Sans&amp;quot;, &amp;quot;Droid Sans&amp;quot;, Helvetica, Arial, sans-serif; text-align: left; white-space: pre-wrap;&quot;&gt;journalList&lt;br&gt;NOT CONTAINS&lt;/span&gt;&lt;/div&gt;&lt;span style=&quot;white-space: pre-wrap; color: rgb(33, 33, 33); font-family: Inter, system-ui, -apple-system, &amp;quot;system-ui&amp;quot;, &amp;quot;Segoe UI&amp;quot;, Roboto, Oxygen, Ubuntu, Cantarell, &amp;quot;Fira Sans&amp;quot;, &amp;quot;Droid Sans&amp;quot;, Helvetica, Arial, sans-serif; text-align: left; background-color: rgb(255, 255, 255);&quot;&gt;loan_application_id&lt;/span&gt;" vertex="1">
          <mxGeometry height="210" width="230" x="4189.5" y="1655" as="geometry" />
        </mxCell>
        <mxCell id="In8fDh9ZLN2M87an2Miy-78" edge="1" parent="1" source="In8fDh9ZLN2M87an2Miy-79" style="edgeStyle=orthogonalEdgeStyle;rounded=0;orthogonalLoop=1;jettySize=auto;html=1;" target="In8fDh9ZLN2M87an2Miy-80" value="">
          <mxGeometry relative="1" as="geometry" />
        </mxCell>
        <mxCell id="In8fDh9ZLN2M87an2Miy-79" parent="1" style="whiteSpace=wrap;html=1;" value="loan_application&lt;br&gt;success" vertex="1">
          <mxGeometry height="60" width="120" x="5616.37" y="1730" as="geometry" />
        </mxCell>
        <mxCell id="In8fDh9ZLN2M87an2Miy-132" edge="1" parent="1" source="In8fDh9ZLN2M87an2Miy-80" style="edgeStyle=orthogonalEdgeStyle;rounded=0;orthogonalLoop=1;jettySize=auto;html=1;" target="In8fDh9ZLN2M87an2Miy-131" value="">
          <mxGeometry relative="1" as="geometry" />
        </mxCell>
        <mxCell id="In8fDh9ZLN2M87an2Miy-80" parent="1" style="whiteSpace=wrap;html=1;" value="release &lt;br&gt;loan_limit.held_amount" vertex="1">
          <mxGeometry height="60" width="215" x="5568.87" y="1830" as="geometry" />
        </mxCell>
        <mxCell id="In8fDh9ZLN2M87an2Miy-95" edge="1" parent="1" source="In8fDh9ZLN2M87an2Miy-82" style="edgeStyle=orthogonalEdgeStyle;rounded=0;orthogonalLoop=1;jettySize=auto;html=1;" target="In8fDh9ZLN2M87an2Miy-94" value="">
          <mxGeometry relative="1" as="geometry" />
        </mxCell>
        <mxCell id="In8fDh9ZLN2M87an2Miy-82" parent="1" style="whiteSpace=wrap;html=1;" value="loan_application&lt;br&gt;next_retry_at = now + 5min" vertex="1">
          <mxGeometry height="60" width="170" x="5283.87" y="1890" as="geometry" />
        </mxCell>
        <mxCell id="In8fDh9ZLN2M87an2Miy-88" parent="1" style="whiteSpace=wrap;html=1;" value="create loan" vertex="1">
          <mxGeometry height="60" width="215" x="5568.87" y="2063.75" as="geometry" />
        </mxCell>
        <mxCell id="In8fDh9ZLN2M87an2Miy-94" parent="1" style="whiteSpace=wrap;html=1;" value="retry_count &amp;gt; 3&lt;br&gt;status = unknown" vertex="1">
          <mxGeometry height="60" width="120" x="5308.87" y="2010" as="geometry" />
        </mxCell>
        <mxCell id="In8fDh9ZLN2M87an2Miy-105" parent="1" style="rounded=0;whiteSpace=wrap;html=1;" value="Scheduler" vertex="1">
          <mxGeometry height="60" width="120" x="3119.5" y="1397.5" as="geometry" />
        </mxCell>
        <mxCell id="In8fDh9ZLN2M87an2Miy-127" edge="1" parent="1" source="In8fDh9ZLN2M87an2Miy-111" style="edgeStyle=orthogonalEdgeStyle;rounded=0;orthogonalLoop=1;jettySize=auto;html=1;" target="In8fDh9ZLN2M87an2Miy-126" value="">
          <mxGeometry relative="1" as="geometry" />
        </mxCell>
        <mxCell id="In8fDh9ZLN2M87an2Miy-135" edge="1" parent="1" source="In8fDh9ZLN2M87an2Miy-111" style="edgeStyle=orthogonalEdgeStyle;rounded=0;orthogonalLoop=1;jettySize=auto;html=1;entryX=0;entryY=0.5;entryDx=0;entryDy=0;" target="In8fDh9ZLN2M87an2Miy-134">
          <mxGeometry relative="1" as="geometry" />
        </mxCell>
        <mxCell id="In8fDh9ZLN2M87an2Miy-111" parent="1" style="rhombus;whiteSpace=wrap;html=1;" value="loan -&amp;gt; casa amount = loan_amount" vertex="1">
          <mxGeometry height="180" width="166.25" x="4219.5" y="2190" as="geometry" />
        </mxCell>
        <mxCell id="In8fDh9ZLN2M87an2Miy-113" parent="1" style="whiteSpace=wrap;html=1;" value="status = approved&lt;br&gt;processed_at = now&lt;br&gt;release held_amount&lt;br&gt;create loan" vertex="1">
          <mxGeometry height="72.5" width="130" x="4918.87" y="2243.75" as="geometry" />
        </mxCell>
        <mxCell id="In8fDh9ZLN2M87an2Miy-122" edge="1" parent="1" source="In8fDh9ZLN2M87an2Miy-118" style="edgeStyle=orthogonalEdgeStyle;rounded=0;orthogonalLoop=1;jettySize=auto;html=1;" target="In8fDh9ZLN2M87an2Miy-121" value="">
          <mxGeometry relative="1" as="geometry" />
        </mxCell>
        <mxCell id="In8fDh9ZLN2M87an2Miy-118" parent="1" style="whiteSpace=wrap;html=1;" value="row lock&lt;br&gt;loan_application" vertex="1">
          <mxGeometry height="60" width="120" x="4069.5" y="1402.5" as="geometry" />
        </mxCell>
        <mxCell id="In8fDh9ZLN2M87an2Miy-124" edge="1" parent="1" source="In8fDh9ZLN2M87an2Miy-121" style="edgeStyle=orthogonalEdgeStyle;rounded=0;orthogonalLoop=1;jettySize=auto;html=1;" target="In8fDh9ZLN2M87an2Miy-123" value="">
          <mxGeometry relative="1" as="geometry" />
        </mxCell>
        <mxCell id="In8fDh9ZLN2M87an2Miy-125" edge="1" parent="1" source="In8fDh9ZLN2M87an2Miy-121" style="edgeStyle=orthogonalEdgeStyle;rounded=0;orthogonalLoop=1;jettySize=auto;html=1;entryX=0.5;entryY=0;entryDx=0;entryDy=0;" target="In8fDh9ZLN2M87an2Miy-69">
          <mxGeometry relative="1" as="geometry" />
        </mxCell>
        <mxCell id="In8fDh9ZLN2M87an2Miy-121" parent="1" style="rhombus;whiteSpace=wrap;html=1;" value="processed_at &lt;br&gt;is not null" vertex="1">
          <mxGeometry height="115" width="110" x="4249.5" y="1375" as="geometry" />
        </mxCell>
        <mxCell id="In8fDh9ZLN2M87an2Miy-123" parent="1" style="whiteSpace=wrap;html=1;" value="skip processing" vertex="1">
          <mxGeometry height="60" width="120" x="4434.5" y="1402.5" as="geometry" />
        </mxCell>
        <mxCell id="In8fDh9ZLN2M87an2Miy-129" edge="1" parent="1" source="In8fDh9ZLN2M87an2Miy-126" style="edgeStyle=orthogonalEdgeStyle;rounded=0;orthogonalLoop=1;jettySize=auto;html=1;" target="In8fDh9ZLN2M87an2Miy-128" value="">
          <mxGeometry relative="1" as="geometry" />
        </mxCell>
        <mxCell id="In8fDh9ZLN2M87an2Miy-126" parent="1" style="whiteSpace=wrap;html=1;" value="loan was not issued fully" vertex="1">
          <mxGeometry height="60" width="120" x="4242.625" y="2462.5" as="geometry" />
        </mxCell>
        <mxCell id="In8fDh9ZLN2M87an2Miy-128" parent="1" style="whiteSpace=wrap;html=1;" value="status = review?" vertex="1">
          <mxGeometry height="60" width="120" x="4242.625" y="2602.5" as="geometry" />
        </mxCell>
        <mxCell id="In8fDh9ZLN2M87an2Miy-130" parent="1" style="rounded=0;whiteSpace=wrap;html=1;fontSize=21;" value="WHERE TO TRIGGER CGW???" vertex="1">
          <mxGeometry height="290" width="450.63" x="5285.74" y="2290" as="geometry" />
        </mxCell>
        <mxCell id="In8fDh9ZLN2M87an2Miy-133" edge="1" parent="1" source="In8fDh9ZLN2M87an2Miy-131" style="edgeStyle=orthogonalEdgeStyle;rounded=0;orthogonalLoop=1;jettySize=auto;html=1;" target="In8fDh9ZLN2M87an2Miy-88" value="">
          <mxGeometry relative="1" as="geometry" />
        </mxCell>
        <mxCell id="In8fDh9ZLN2M87an2Miy-131" parent="1" style="whiteSpace=wrap;html=1;" value="processed_at = now" vertex="1">
          <mxGeometry height="60" width="120" x="5616.37" y="1942.5" as="geometry" />
        </mxCell>
        <mxCell id="In8fDh9ZLN2M87an2Miy-141" edge="1" parent="1" source="In8fDh9ZLN2M87an2Miy-134" style="edgeStyle=orthogonalEdgeStyle;rounded=0;orthogonalLoop=1;jettySize=auto;html=1;entryX=0;entryY=0.5;entryDx=0;entryDy=0;" target="In8fDh9ZLN2M87an2Miy-139">
          <mxGeometry relative="1" as="geometry" />
        </mxCell>
        <mxCell id="In8fDh9ZLN2M87an2Miy-145" edge="1" parent="1" source="In8fDh9ZLN2M87an2Miy-134" style="edgeStyle=orthogonalEdgeStyle;rounded=0;orthogonalLoop=1;jettySize=auto;html=1;" target="In8fDh9ZLN2M87an2Miy-144" value="">
          <mxGeometry relative="1" as="geometry" />
        </mxCell>
        <mxCell id="In8fDh9ZLN2M87an2Miy-134" parent="1" style="rhombus;whiteSpace=wrap;html=1;" value="casa -&amp;gt; domestic (CGW)&lt;br&gt;exists?" vertex="1">
          <mxGeometry height="180" width="190" x="4449.5" y="2190" as="geometry" />
        </mxCell>
        <mxCell id="In8fDh9ZLN2M87an2Miy-142" edge="1" parent="1" source="In8fDh9ZLN2M87an2Miy-139" style="edgeStyle=orthogonalEdgeStyle;rounded=0;orthogonalLoop=1;jettySize=auto;html=1;entryX=0;entryY=0.5;entryDx=0;entryDy=0;" target="In8fDh9ZLN2M87an2Miy-113">
          <mxGeometry relative="1" as="geometry" />
        </mxCell>
        <mxCell id="In8fDh9ZLN2M87an2Miy-139" parent="1" style="rhombus;whiteSpace=wrap;html=1;" value="casa -&amp;gt; domestic amount = loan_amount" vertex="1">
          <mxGeometry height="180" width="172.5" x="4699.5" y="2190" as="geometry" />
        </mxCell>
        <mxCell id="In8fDh9ZLN2M87an2Miy-147" edge="1" parent="1" source="In8fDh9ZLN2M87an2Miy-144" style="edgeStyle=orthogonalEdgeStyle;rounded=0;orthogonalLoop=1;jettySize=auto;html=1;" target="In8fDh9ZLN2M87an2Miy-146" value="">
          <mxGeometry relative="1" as="geometry" />
        </mxCell>
        <mxCell id="In8fDh9ZLN2M87an2Miy-144" parent="1" style="whiteSpace=wrap;html=1;" value="Trigger CGW" vertex="1">
          <mxGeometry height="60" width="120" x="4484.5" y="2482.5" as="geometry" />
        </mxCell>
        <mxCell id="In8fDh9ZLN2M87an2Miy-148" edge="1" parent="1" source="In8fDh9ZLN2M87an2Miy-146" style="edgeStyle=orthogonalEdgeStyle;rounded=0;orthogonalLoop=1;jettySize=auto;html=1;entryX=0.5;entryY=1;entryDx=0;entryDy=0;" target="In8fDh9ZLN2M87an2Miy-113">
          <mxGeometry relative="1" as="geometry" />
        </mxCell>
        <mxCell id="In8fDh9ZLN2M87an2Miy-150" edge="1" parent="1" source="In8fDh9ZLN2M87an2Miy-146" style="edgeStyle=orthogonalEdgeStyle;rounded=0;orthogonalLoop=1;jettySize=auto;html=1;" target="In8fDh9ZLN2M87an2Miy-149" value="">
          <mxGeometry relative="1" as="geometry" />
        </mxCell>
        <mxCell id="In8fDh9ZLN2M87an2Miy-146" parent="1" style="rhombus;whiteSpace=wrap;html=1;" value="200" vertex="1">
          <mxGeometry height="80" width="80" x="4704.5" y="2472.5" as="geometry" />
        </mxCell>
        <mxCell id="In8fDh9ZLN2M87an2Miy-149" parent="1" style="whiteSpace=wrap;html=1;" value="next_retry_at = now + 5min" vertex="1">
          <mxGeometry height="60" width="155" x="4667" y="2622.5" as="geometry" />
        </mxCell>
        <mxCell id="In8fDh9ZLN2M87an2Miy-154" edge="1" parent="1" source="In8fDh9ZLN2M87an2Miy-152" style="edgeStyle=orthogonalEdgeStyle;rounded=0;orthogonalLoop=1;jettySize=auto;html=1;entryX=0;entryY=0.5;entryDx=0;entryDy=0;" target="In8fDh9ZLN2M87an2Miy-153">
          <mxGeometry relative="1" as="geometry" />
        </mxCell>
        <mxCell id="In8fDh9ZLN2M87an2Miy-176" edge="1" parent="1" source="In8fDh9ZLN2M87an2Miy-152" style="edgeStyle=orthogonalEdgeStyle;rounded=0;orthogonalLoop=1;jettySize=auto;html=1;" target="In8fDh9ZLN2M87an2Miy-175" value="">
          <mxGeometry relative="1" as="geometry" />
        </mxCell>
        <mxCell id="In8fDh9ZLN2M87an2Miy-152" parent="1" style="rhombus;whiteSpace=wrap;html=1;" value="Polaris&lt;br&gt;/loan/&lt;span style=&quot;color: rgb(33, 33, 33); font-family: Inter, system-ui, -apple-system, &amp;quot;system-ui&amp;quot;, &amp;quot;Segoe UI&amp;quot;, Roboto, Oxygen, Ubuntu, Cantarell, &amp;quot;Fira Sans&amp;quot;, &amp;quot;Droid Sans&amp;quot;, Helvetica, Arial, sans-serif; text-align: left; white-space: pre-wrap; background-color: rgb(255, 255, 255);&quot;&gt;getAccountDetail&lt;/span&gt;&lt;br&gt;loan_application.amount &amp;lt;= polaris.available_amount" vertex="1">
          <mxGeometry height="190" width="230" x="1802.5" y="1060" as="geometry" />
        </mxCell>
        <mxCell id="In8fDh9ZLN2M87an2Miy-158" edge="1" parent="1" source="In8fDh9ZLN2M87an2Miy-153" style="edgeStyle=orthogonalEdgeStyle;rounded=0;orthogonalLoop=1;jettySize=auto;html=1;entryX=0;entryY=0.5;entryDx=0;entryDy=0;" target="In8fDh9ZLN2M87an2Miy-157">
          <mxGeometry relative="1" as="geometry" />
        </mxCell>
        <mxCell id="In8fDh9ZLN2M87an2Miy-153" parent="1" style="whiteSpace=wrap;html=1;" value="Polaris /loan/&lt;span style=&quot;color: rgb(33, 33, 33); font-family: Inter, system-ui, -apple-system, &amp;quot;system-ui&amp;quot;, &amp;quot;Segoe UI&amp;quot;, Roboto, Oxygen, Ubuntu, Cantarell, &amp;quot;Fira Sans&amp;quot;, &amp;quot;Droid Sans&amp;quot;, Helvetica, Arial, sans-serif; text-align: left; white-space: pre-wrap; background-color: rgb(255, 255, 255);&quot;&gt;grantLoanNonCash&lt;br/&gt;+ CGW trigger&lt;/span&gt;" vertex="1">
          <mxGeometry height="60" width="170" x="2120" y="1125" as="geometry" />
        </mxCell>
        <mxCell id="In8fDh9ZLN2M87an2Miy-177" edge="1" parent="1" source="In8fDh9ZLN2M87an2Miy-157" style="edgeStyle=orthogonalEdgeStyle;rounded=0;orthogonalLoop=1;jettySize=auto;html=1;entryX=0;entryY=0.5;entryDx=0;entryDy=0;" target="In8fDh9ZLN2M87an2Miy-105">
          <mxGeometry relative="1" as="geometry">
            <Array as="points">
              <mxPoint x="2400" y="1427" />
            </Array>
            <mxPoint x="2809.5" y="1427.5" as="targetPoint" />
          </mxGeometry>
        </mxCell>
        <mxCell id="In8fDh9ZLN2M87an2Miy-157" parent="1" style="rhombus;whiteSpace=wrap;html=1;" value="200" vertex="1">
          <mxGeometry height="80" width="80" x="2360" y="1115" as="geometry" />
        </mxCell>
        <mxCell id="In8fDh9ZLN2M87an2Miy-164" edge="1" parent="1" source="In8fDh9ZLN2M87an2Miy-161" style="edgeStyle=orthogonalEdgeStyle;rounded=0;orthogonalLoop=1;jettySize=auto;html=1;" target="In8fDh9ZLN2M87an2Miy-162" value="">
          <mxGeometry relative="1" as="geometry" />
        </mxCell>
        <mxCell id="In8fDh9ZLN2M87an2Miy-161" parent="1" style="rounded=0;whiteSpace=wrap;html=1;" value="loan account row lock" vertex="1">
          <mxGeometry height="60" width="145" x="895" y="1125" as="geometry" />
        </mxCell>
        <mxCell id="In8fDh9ZLN2M87an2Miy-165" edge="1" parent="1" source="In8fDh9ZLN2M87an2Miy-162" style="edgeStyle=orthogonalEdgeStyle;rounded=0;orthogonalLoop=1;jettySize=auto;html=1;" target="In8fDh9ZLN2M87an2Miy-12">
          <mxGeometry relative="1" as="geometry" />
        </mxCell>
        <mxCell id="In8fDh9ZLN2M87an2Miy-162" parent="1" style="rounded=0;whiteSpace=wrap;html=1;" value="&lt;span style=&quot;font-weight: 700; text-align: left;&quot;&gt;ROWLOCK - loan_limits.held_amount += amount&lt;/span&gt;" vertex="1">
          <mxGeometry height="60" width="215" x="1120" y="1125" as="geometry" />
        </mxCell>
        <mxCell id="In8fDh9ZLN2M87an2Miy-184" edge="1" parent="1" source="In8fDh9ZLN2M87an2Miy-166" style="edgeStyle=orthogonalEdgeStyle;rounded=0;orthogonalLoop=1;jettySize=auto;html=1;" target="In8fDh9ZLN2M87an2Miy-183" value="">
          <mxGeometry relative="1" as="geometry" />
        </mxCell>
        <mxCell id="In8fDh9ZLN2M87an2Miy-166" parent="1" style="swimlane;fontStyle=0;childLayout=stackLayout;horizontal=1;startSize=30;horizontalStack=0;resizeParent=1;resizeParentMax=0;resizeLast=0;collapsible=1;marginBottom=0;whiteSpace=wrap;html=1;" value="Loan issued" vertex="1">
          <mxGeometry height="120" width="210" x="2590" y="1130" as="geometry" />
        </mxCell>
        <mxCell id="In8fDh9ZLN2M87an2Miy-167" parent="In8fDh9ZLN2M87an2Miy-166" style="text;strokeColor=none;fillColor=none;align=left;verticalAlign=middle;spacingLeft=4;spacingRight=4;overflow=hidden;points=[[0,0.5],[1,0.5]];portConstraint=eastwest;rotatable=0;whiteSpace=wrap;html=1;" value="loan_application = approved" vertex="1">
          <mxGeometry height="30" width="210" y="30" as="geometry" />
        </mxCell>
        <mxCell id="In8fDh9ZLN2M87an2Miy-168" parent="In8fDh9ZLN2M87an2Miy-166" style="text;strokeColor=none;fillColor=none;align=left;verticalAlign=middle;spacingLeft=4;spacingRight=4;overflow=hidden;points=[[0,0.5],[1,0.5]];portConstraint=eastwest;rotatable=0;whiteSpace=wrap;html=1;" value="create loan" vertex="1">
          <mxGeometry height="30" width="210" y="60" as="geometry" />
        </mxCell>
        <mxCell id="In8fDh9ZLN2M87an2Miy-169" parent="In8fDh9ZLN2M87an2Miy-166" style="text;strokeColor=none;fillColor=none;align=left;verticalAlign=middle;spacingLeft=4;spacingRight=4;overflow=hidden;points=[[0,0.5],[1,0.5]];portConstraint=eastwest;rotatable=0;whiteSpace=wrap;html=1;" value="release lock" vertex="1">
          <mxGeometry height="30" width="210" y="90" as="geometry" />
        </mxCell>
        <mxCell id="In8fDh9ZLN2M87an2Miy-170" edge="1" parent="1" source="In8fDh9ZLN2M87an2Miy-157" style="edgeStyle=orthogonalEdgeStyle;rounded=0;orthogonalLoop=1;jettySize=auto;html=1;entryX=0.003;entryY=0.156;entryDx=0;entryDy=0;entryPerimeter=0;" target="In8fDh9ZLN2M87an2Miy-166">
          <mxGeometry relative="1" as="geometry" />
        </mxCell>
        <mxCell id="In8fDh9ZLN2M87an2Miy-174" parent="1" style="text;html=1;whiteSpace=wrap;strokeColor=none;fillColor=none;align=center;verticalAlign=middle;rounded=0;" value="&lt;div style=&quot;background-color:#ffffff;color:#080808&quot;&gt;&lt;pre style=&quot;font-family:&#39;JetBrains Mono&#39;,monospace;font-size:9.8pt;&quot;&gt;&lt;span style=&quot;color:#9e880d;&quot;&gt;@Transactional&lt;/span&gt;(propagation = &lt;span style=&quot;color:#000000;&quot;&gt;Propagation&lt;/span&gt;.&lt;span style=&quot;color:#871094;font-style:italic;&quot;&gt;REQUIRES_NEW&lt;/span&gt;)&lt;/pre&gt;&lt;/div&gt;" vertex="1">
          <mxGeometry height="30" width="240" x="1200" y="1010" as="geometry" />
        </mxCell>
        <mxCell id="In8fDh9ZLN2M87an2Miy-175" parent="1" style="whiteSpace=wrap;html=1;" value="Rollback, return error" vertex="1">
          <mxGeometry height="60" width="132.5" x="1851.25" y="1295" as="geometry" />
        </mxCell>
        <mxCell id="In8fDh9ZLN2M87an2Miy-186" edge="1" parent="1" source="In8fDh9ZLN2M87an2Miy-183" style="edgeStyle=orthogonalEdgeStyle;rounded=0;orthogonalLoop=1;jettySize=auto;html=1;" target="In8fDh9ZLN2M87an2Miy-185" value="">
          <mxGeometry relative="1" as="geometry" />
        </mxCell>
        <mxCell id="In8fDh9ZLN2M87an2Miy-187" edge="1" parent="1" source="In8fDh9ZLN2M87an2Miy-183" style="edgeStyle=orthogonalEdgeStyle;rounded=0;orthogonalLoop=1;jettySize=auto;html=1;" target="In8fDh9ZLN2M87an2Miy-105">
          <mxGeometry relative="1" as="geometry">
            <Array as="points">
              <mxPoint x="2995" y="1427" />
            </Array>
          </mxGeometry>
        </mxCell>
        <mxCell id="In8fDh9ZLN2M87an2Miy-183" parent="1" style="rhombus;whiteSpace=wrap;html=1;fontStyle=0;startSize=30;horizontal=1;" value="db transaction success?" vertex="1">
          <mxGeometry height="135" width="130" x="2930" y="1122.5" as="geometry" />
        </mxCell>
        <mxCell id="In8fDh9ZLN2M87an2Miy-185" parent="1" style="whiteSpace=wrap;html=1;fontStyle=0;startSize=30;horizontal=1;" value="return success to client" vertex="1">
          <mxGeometry height="60" width="120" x="3145" y="1160" as="geometry" />
        </mxCell>
        <mxCell id="In8fDh9ZLN2M87an2Miy-189" parent="1" style="text;html=1;whiteSpace=wrap;strokeColor=none;fillColor=none;align=center;verticalAlign=middle;rounded=0;fontSize=26;" value="&lt;div style=&quot;background-color:#ffffff;color:#080808&quot;&gt;&lt;pre style=&quot;font-family: &amp;quot;JetBrains Mono&amp;quot;, monospace;&quot;&gt;&lt;span style=&quot;color:#9e880d;&quot;&gt;@Transactional&lt;/span&gt;(propagation = &lt;span style=&quot;color:#000000;&quot;&gt;Propagation&lt;/span&gt;.&lt;span style=&quot;color:#871094;font-style:italic;&quot;&gt;REQUIRES_NEW&lt;/span&gt;)&lt;/pre&gt;&lt;/div&gt;" vertex="1">
          <mxGeometry height="30" width="240" x="4918.87" y="1265" as="geometry" />
        </mxCell>
      </root>
    </mxGraphModel>
  </diagram>
</mxfile>
